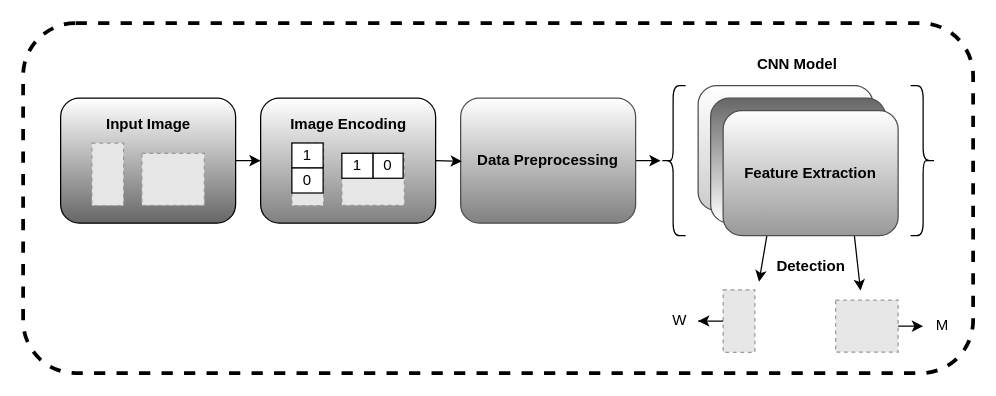
hridoy1000/asl keeps this draw.io diagram as dft.drawio. Above is the earlier version. Source tidied: cells renumbered, new cells numbered last; positions are measured from the earlier drawing's top-left corner, leaving out a move shared by most shapes. Both pictures are drawn from the tidied source at 125%, with x=0, y=0 at pixel (22, 22). Pictures stored in the file or linked from it are replaced by grey dashed boxes.
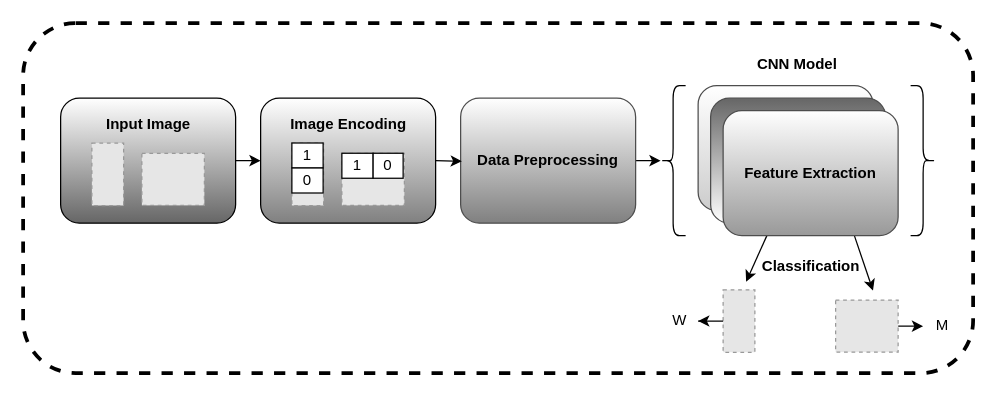
The same page after the edit.

What changed in the source:
```diff
@@
-    <mxCell id="18" value="&lt;b&gt;Detection&lt;/b&gt;" style="text;html=1;align=center;verticalAlign=middle;points=[];strokeColor=none;fillColor=none;" parent="1" vertex="1">
-      <mxGeometry x="590" y="180" width="80" height="30" as="geometry" />
+    <mxCell id="18" value="&lt;b&gt;Classification&lt;/b&gt;" style="text;html=1;align=center;verticalAlign=middle;points=[];strokeColor=none;fillColor=none;" parent="1" vertex="1">
+      <mxGeometry x="580" y="180" width="100" height="30" as="geometry" />
     </mxCell>
```
